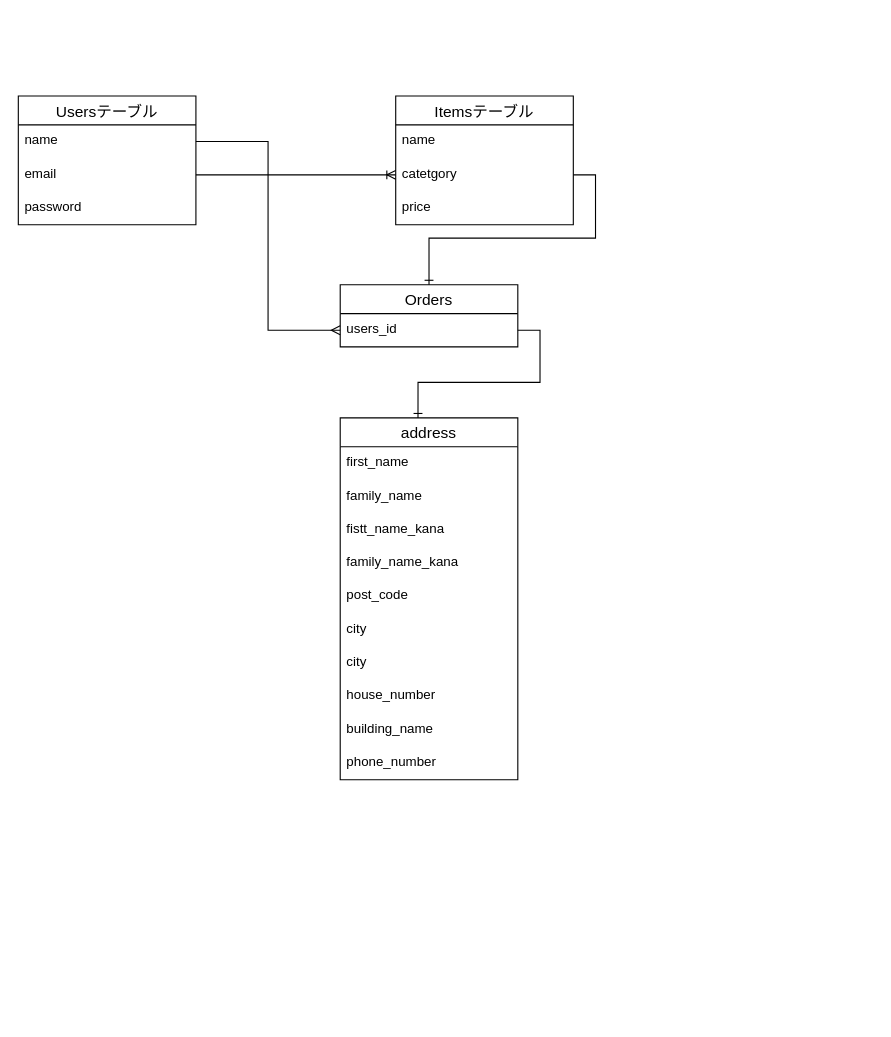
KIMIHARU-TAKEUCHI/furima-34253 keeps this draw.io diagram as furima.dio. Above is the earlier version. Source tidied: cells renumbered, new cells numbered last; positions are measured from the earlier drawing's top-left corner, leaving out a move shared by most shapes. Both pictures are drawn from the tidied source at 111%, with x=0, y=0 at pixel (18, 95).
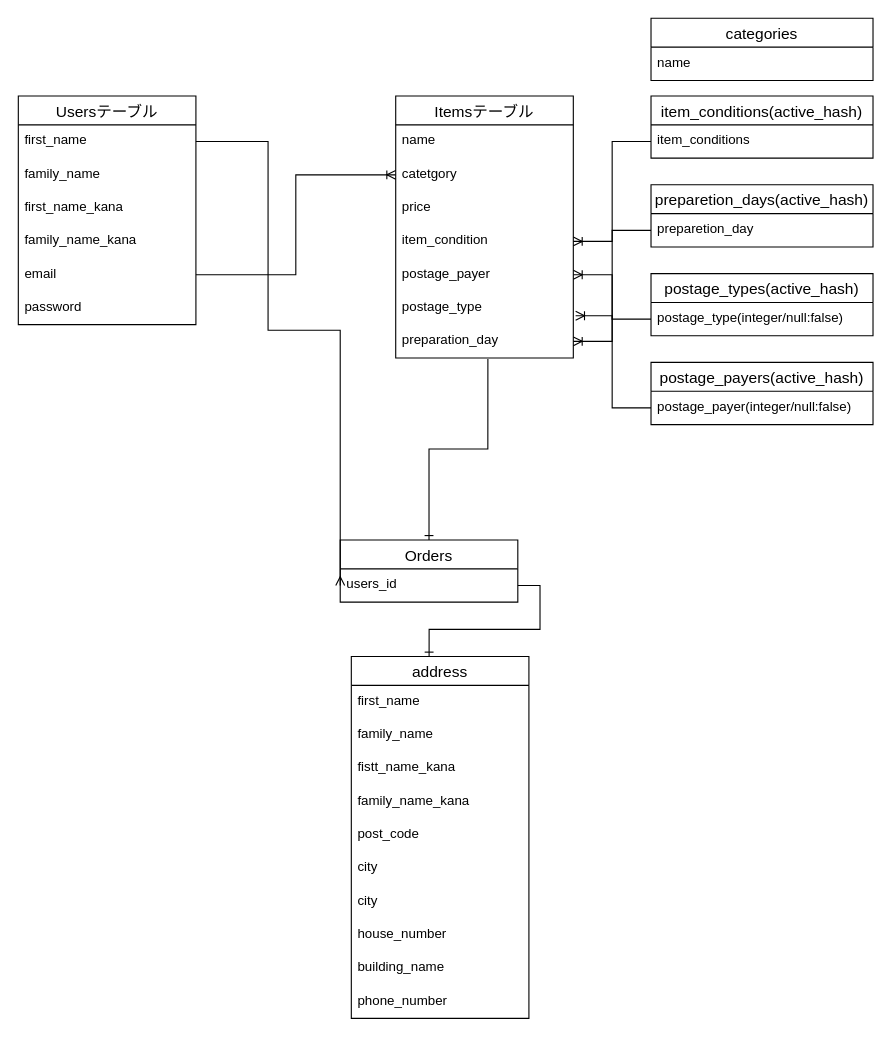
Above is the later version.

Commit message (it also covers changes not shown here):
テーブルカラム再設計

The change refers to these unchanged cells:
```xml
<mxCell id="8" value="catetgory" style="text;strokeColor=none;fillColor=none;spacingLeft=4;spacingRight=4;overflow=hidden;points=[[0,0.5],[1,0.5]];portConstraint=eastwest;fontSize=12;" parent="6" vertex="1">
  <mxGeometry y="56" width="160" height="30" as="geometry" />
</mxCell>
```

The edit, as a diff of the source:
```diff
@@
     <mxCell id="2" value="Usersテーブル" style="swimlane;fontStyle=0;horizontal=1;startSize=26;align=center;fontSize=14;" parent="1" vertex="1">
-      <mxGeometry width="160" height="116" as="geometry" />
+      <mxGeometry width="160" height="206" as="geometry" />
     </mxCell>
-    <mxCell id="3" value="name" style="text;strokeColor=none;fillColor=none;spacingLeft=4;spacingRight=4;overflow=hidden;points=[[0,0.5],[1,0.5]];portConstraint=eastwest;fontSize=12;" parent="2" vertex="1">
+    <mxCell id="3" value="first_name" style="text;strokeColor=none;fillColor=none;spacingLeft=4;spacingRight=4;overflow=hidden;points=[[0,0.5],[1,0.5]];portConstraint=eastwest;fontSize=12;" parent="2" vertex="1">
       <mxGeometry y="26" width="160" height="30" as="geometry" />
     </mxCell>
+    <mxCell id="27" value="family_name" style="text;strokeColor=none;fillColor=none;spacingLeft=4;spacingRight=4;overflow=hidden;fontSize=12;" parent="2" vertex="1">
+      <mxGeometry y="56" width="160" height="30" as="geometry" />
+    </mxCell>
+    <mxCell id="28" value="first_name_kana" style="text;strokeColor=none;fillColor=none;spacingLeft=4;spacingRight=4;overflow=hidden;fontSize=12;" parent="2" vertex="1">
+      <mxGeometry y="86" width="160" height="30" as="geometry" />
+    </mxCell>
+    <mxCell id="29" value="family_name_kana" style="text;strokeColor=none;fillColor=none;spacingLeft=4;spacingRight=4;overflow=hidden;fontSize=12;" parent="2" vertex="1">
+      <mxGeometry y="116" width="160" height="30" as="geometry" />
+    </mxCell>
     <mxCell id="4" value="email" style="text;strokeColor=none;fillColor=none;spacingLeft=4;spacingRight=4;overflow=hidden;points=[[0,0.5],[1,0.5]];portConstraint=eastwest;fontSize=12;" parent="2" vertex="1">
-      <mxGeometry y="56" width="160" height="30" as="geometry" />
+      <mxGeometry y="146" width="160" height="30" as="geometry" />
     </mxCell>
     <mxCell id="5" value="password" style="text;strokeColor=none;fillColor=none;spacingLeft=4;spacingRight=4;overflow=hidden;fontSize=12;" parent="2" vertex="1">
-      <mxGeometry y="86" width="160" height="30" as="geometry" />
+      <mxGeometry y="176" width="160" height="30" as="geometry" />
     </mxCell>
     <mxCell id="6" value="Itemsテーブル" style="swimlane;fontStyle=0;horizontal=1;startSize=26;align=center;fontSize=14;" parent="1" vertex="1">
-      <mxGeometry x="340" width="160" height="116" as="geometry" />
+      <mxGeometry x="340" width="160" height="236" as="geometry" />
     </mxCell>
@@
+    <mxCell id="30" value="item_condition" style="text;strokeColor=none;fillColor=none;spacingLeft=4;spacingRight=4;overflow=hidden;points=[[0,0.5],[1,0.5]];portConstraint=eastwest;fontSize=12;" parent="6" vertex="1">
+      <mxGeometry y="116" width="160" height="30" as="geometry" />
+    </mxCell>
+    <mxCell id="31" value="postage_payer" style="text;strokeColor=none;fillColor=none;spacingLeft=4;spacingRight=4;overflow=hidden;points=[[0,0.5],[1,0.5]];portConstraint=eastwest;fontSize=12;" parent="6" vertex="1">
+      <mxGeometry y="146" width="160" height="30" as="geometry" />
+    </mxCell>
+    <mxCell id="32" value="postage_type" style="text;strokeColor=none;fillColor=none;spacingLeft=4;spacingRight=4;overflow=hidden;points=[[0,0.5],[1,0.5]];portConstraint=eastwest;fontSize=12;" parent="6" vertex="1">
+      <mxGeometry y="176" width="160" height="30" as="geometry" />
+    </mxCell>
+    <mxCell id="33" value="preparation_day" style="text;strokeColor=none;fillColor=none;spacingLeft=4;spacingRight=4;overflow=hidden;points=[[0,0.5],[1,0.5]];portConstraint=eastwest;fontSize=12;" parent="6" vertex="1">
+      <mxGeometry y="206" width="160" height="30" as="geometry" />
+    </mxCell>
     <mxCell id="10" value="Orders" style="swimlane;fontStyle=0;horizontal=1;startSize=26;align=center;fontSize=14;" parent="1" vertex="1">
-      <mxGeometry x="290" y="170" width="160" height="56" as="geometry" />
+      <mxGeometry x="290" y="400" width="160" height="56" as="geometry" />
     </mxCell>
@@
     <mxCell id="13" value="address" style="swimlane;fontStyle=0;horizontal=1;startSize=26;align=center;fontSize=14;" parent="1" vertex="1">
-      <mxGeometry x="290" y="290" width="160" height="326" as="geometry" />
+      <mxGeometry x="300" y="505" width="160" height="326" as="geometry" />
     </mxCell>
@@
-    <mxCell id="24" style="edgeStyle=orthogonalEdgeStyle;rounded=0;jettySize=auto;html=1;exitX=1;exitY=0.5;exitDx=0;exitDy=0;entryX=0.5;entryY=0;entryDx=0;entryDy=0;endArrow=ERone;endFill=0;" parent="1" edge="1" source="8" target="10">
+    <mxCell id="24" style="edgeStyle=orthogonalEdgeStyle;rounded=0;jettySize=auto;html=1;exitX=0.519;exitY=1.033;exitDx=0;exitDy=0;entryX=0.5;entryY=0;entryDx=0;entryDy=0;endArrow=ERone;endFill=0;exitPerimeter=0;" parent="1" edge="1" source="33" target="10">
       <mxGeometry relative="1" as="geometry" />
     </mxCell>
@@
+    <mxCell id="34" value="item_conditions(active_hash)" style="swimlane;fontStyle=0;horizontal=1;startSize=26;align=center;fontSize=14;" parent="1" vertex="1">
+      <mxGeometry x="570" width="200" height="56" as="geometry" />
+    </mxCell>
+    <mxCell id="35" value="item_conditions" style="text;strokeColor=none;fillColor=none;spacingLeft=4;spacingRight=4;overflow=hidden;points=[[0,0.5],[1,0.5]];portConstraint=eastwest;fontSize=12;" parent="34" vertex="1">
+      <mxGeometry y="26" width="200" height="30" as="geometry" />
+    </mxCell>
+    <mxCell id="36" style="edgeStyle=orthogonalEdgeStyle;rounded=0;jettySize=auto;html=1;exitX=0;exitY=0.5;exitDx=0;exitDy=0;endArrow=ERoneToMany;endFill=0;entryX=1;entryY=0.5;entryDx=0;entryDy=0;" parent="1" edge="1" source="35" target="30">
+      <mxGeometry relative="1" as="geometry" />
+    </mxCell>
+    <mxCell id="37" value="preparetion_days(active_hash)" style="swimlane;fontStyle=0;horizontal=1;startSize=26;align=center;fontSize=14;" parent="1" vertex="1">
+      <mxGeometry x="570" y="80" width="200" height="56" as="geometry" />
+    </mxCell>
+    <mxCell id="38" value="preparetion_day" style="text;strokeColor=none;fillColor=none;spacingLeft=4;spacingRight=4;overflow=hidden;points=[[0,0.5],[1,0.5]];portConstraint=eastwest;fontSize=12;" parent="37" vertex="1">
+      <mxGeometry y="26" width="200" height="30" as="geometry" />
+    </mxCell>
+    <mxCell id="39" value="postage_types(active_hash)" style="swimlane;fontStyle=0;horizontal=1;startSize=26;align=center;fontSize=14;" parent="1" vertex="1">
+      <mxGeometry x="570" y="160" width="200" height="56" as="geometry" />
+    </mxCell>
+    <mxCell id="40" value="postage_type(integer/null:false)" style="text;strokeColor=none;fillColor=none;spacingLeft=4;spacingRight=4;overflow=hidden;points=[[0,0.5],[1,0.5]];portConstraint=eastwest;fontSize=12;" parent="39" vertex="1">
+      <mxGeometry y="26" width="200" height="30" as="geometry" />
+    </mxCell>
+    <mxCell id="41" value="postage_payers(active_hash)" style="swimlane;fontStyle=0;horizontal=1;startSize=26;align=center;fontSize=14;" parent="1" vertex="1">
+      <mxGeometry x="570" y="240" width="200" height="56" as="geometry" />
+    </mxCell>
+    <mxCell id="42" value="postage_payer(integer/null:false)" style="text;strokeColor=none;fillColor=none;spacingLeft=4;spacingRight=4;overflow=hidden;points=[[0,0.5],[1,0.5]];portConstraint=eastwest;fontSize=12;" parent="41" vertex="1">
+      <mxGeometry y="26" width="200" height="30" as="geometry" />
+    </mxCell>
+    <mxCell id="43" value="categories" style="swimlane;fontStyle=0;horizontal=1;startSize=26;align=center;fontSize=14;" parent="1" vertex="1">
+      <mxGeometry x="570" y="-70" width="200" height="56" as="geometry" />
+    </mxCell>
+    <mxCell id="44" value="name" style="text;strokeColor=none;fillColor=none;spacingLeft=4;spacingRight=4;overflow=hidden;fontSize=12;" parent="43" vertex="1">
+      <mxGeometry y="26" width="200" height="30" as="geometry" />
+    </mxCell>
+    <mxCell id="45" style="edgeStyle=orthogonalEdgeStyle;rounded=0;jettySize=auto;html=1;exitX=0;exitY=0.5;exitDx=0;exitDy=0;entryX=1.013;entryY=0.733;entryDx=0;entryDy=0;entryPerimeter=0;endArrow=ERoneToMany;endFill=0;" parent="1" edge="1" source="40" target="32">
+      <mxGeometry relative="1" as="geometry" />
+    </mxCell>
+    <mxCell id="46" style="edgeStyle=orthogonalEdgeStyle;rounded=0;jettySize=auto;html=1;exitX=0;exitY=0.5;exitDx=0;exitDy=0;entryX=1;entryY=0.5;entryDx=0;entryDy=0;endArrow=ERoneToMany;endFill=0;" parent="1" edge="1" source="42" target="31">
+      <mxGeometry relative="1" as="geometry" />
+    </mxCell>
+    <mxCell id="47" style="edgeStyle=orthogonalEdgeStyle;rounded=0;jettySize=auto;html=1;exitX=0;exitY=0.5;exitDx=0;exitDy=0;entryX=1;entryY=0.5;entryDx=0;entryDy=0;endArrow=ERoneToMany;endFill=0;" parent="1" edge="1" source="38" target="33">
+      <mxGeometry relative="1" as="geometry" />
+    </mxCell>
```
